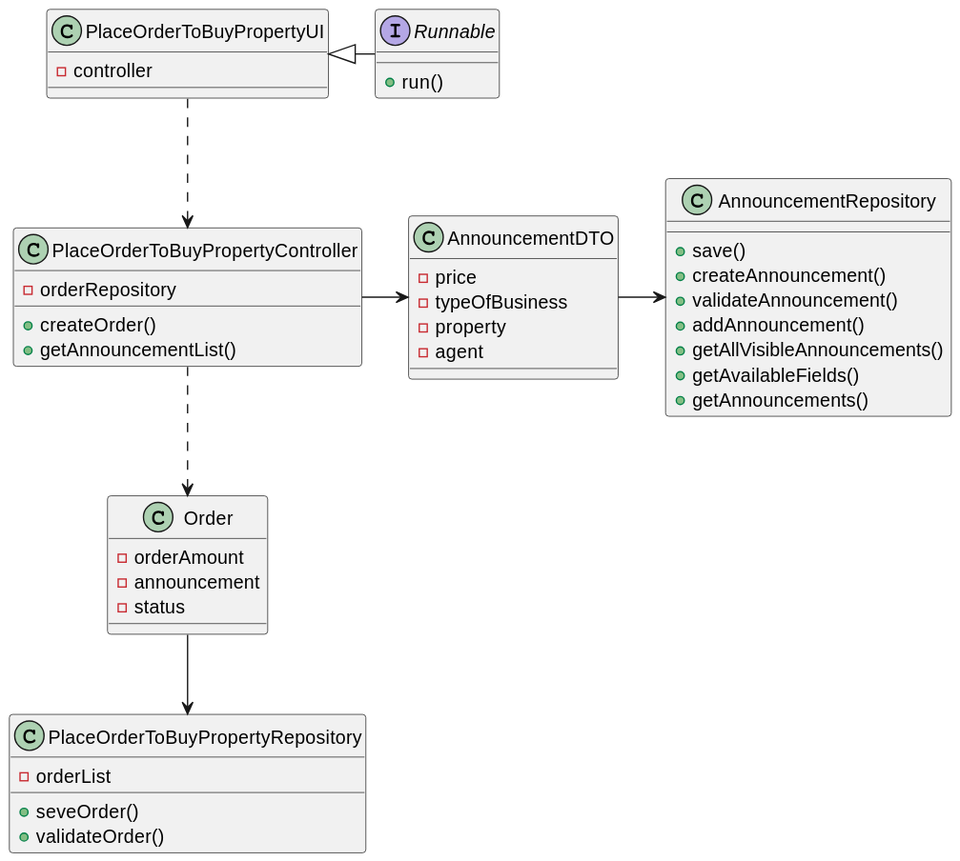
Earlier version of the PlantUML export docs/sprintC/US010/03.design/svg/CD.svg (tiagohcorreia/LAPR2).
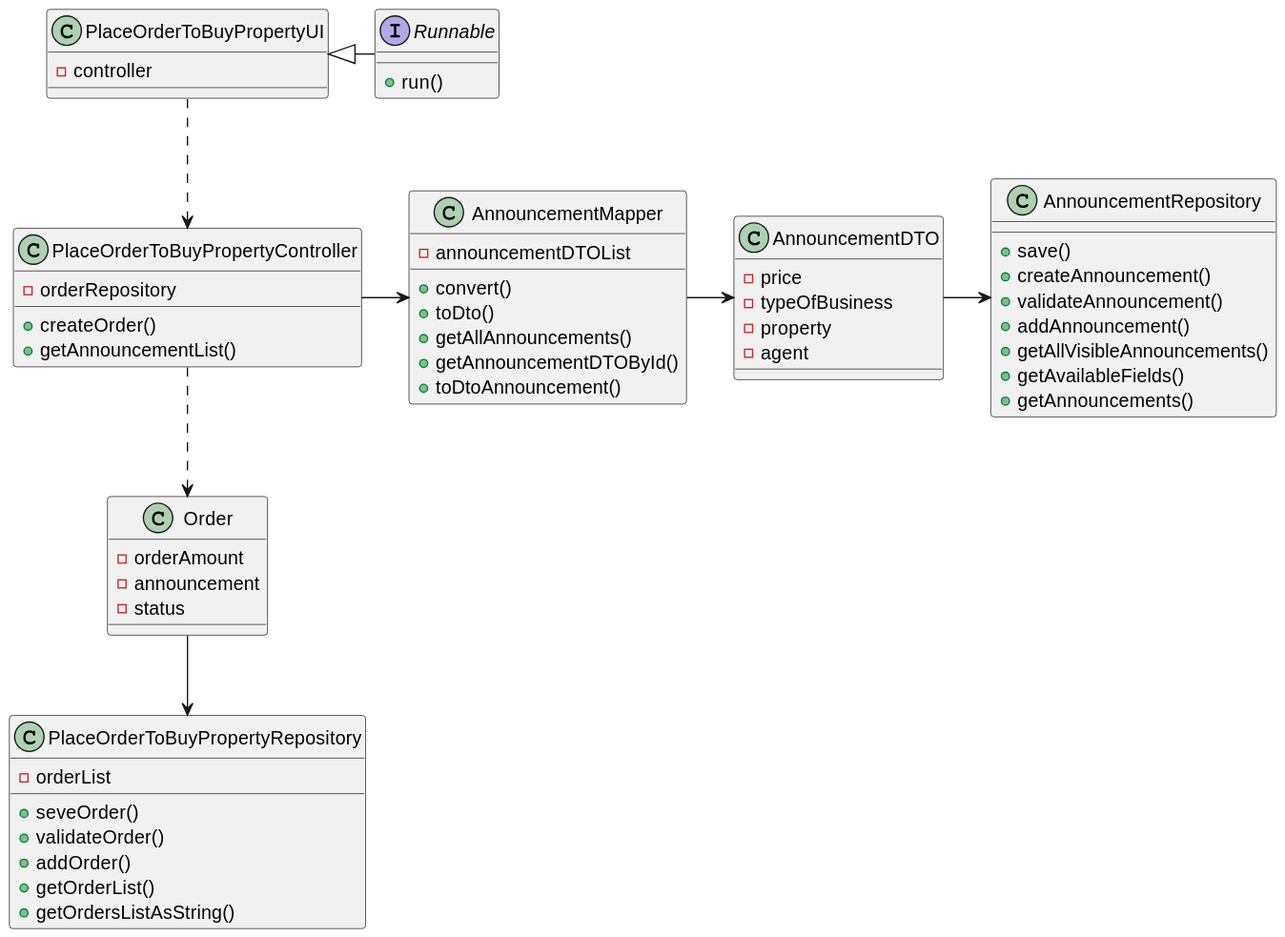
The same file after the commit.

Commit message:
US010 - Class and Sequence diagrams updated

Change to the diagram source:
```diff
@@ -28,6 +28,9 @@
     - orderList
     + seveOrder()
     + validateOrder()
+    + addOrder()
+    + getOrderList()
+    + getOrdersListAsString()
 }
 
 class AnnouncementRepository {
@@ -49,11 +52,22 @@
     - agent
 }
 
+class AnnouncementMapper {
+
+    - announcementDTOList
+    + convert()
+    + toDto()
+    + getAllAnnouncements()
+    + getAnnouncementDTOById()
+    + toDtoAnnouncement()
+}
+
 
 
 Runnable -left-|> PlaceOrderToBuyPropertyUI
 PlaceOrderToBuyPropertyUI ..> PlaceOrderToBuyPropertyController
-PlaceOrderToBuyPropertyController -> AnnouncementDTO
+PlaceOrderToBuyPropertyController -> AnnouncementMapper
+AnnouncementMapper -> AnnouncementDTO
 AnnouncementDTO -> AnnouncementRepository
 PlaceOrderToBuyPropertyController ..> Order
 Order --> PlaceOrderToBuyPropertyRepository
```
